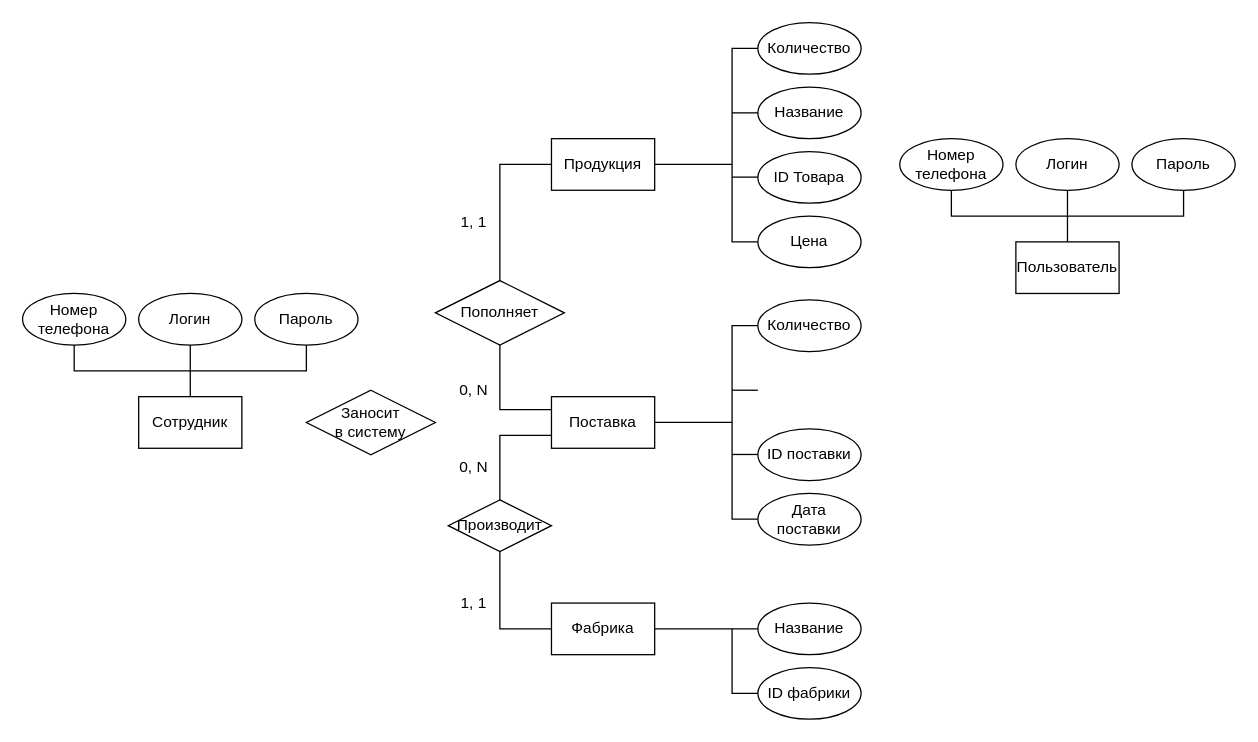
Earlier version of the draw.io diagram КМПО V2.0.drawio (marsek4/ssp). Source tidied: cells renumbered, new cells numbered last; positions are measured from the earlier drawing's top-left corner, leaving out a move shared by most shapes. Both pictures are drawn from the tidied source at 129%, with x=0, y=0 at pixel (22, 22).
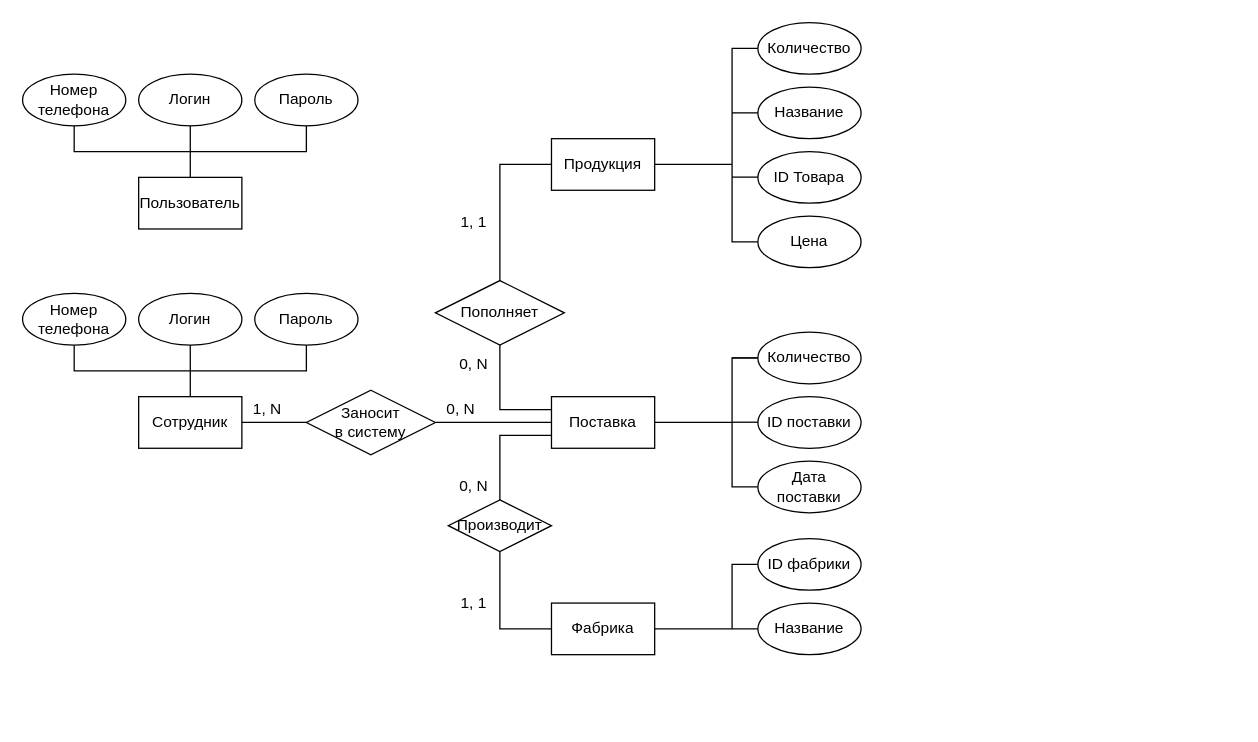
The same diagram, later.

Unchanged cells that the change refers to:
```xml
<mxCell id="4" value="Поставка" style="rounded=0;whiteSpace=wrap;html=1;" parent="1" vertex="1">
  <mxGeometry x="410" y="290" width="80" height="40" as="geometry" />
</mxCell>
<mxCell id="40" value="Сотрудник" style="rounded=0;whiteSpace=wrap;html=1;" parent="1" vertex="1">
  <mxGeometry x="90" y="290" width="80" height="40" as="geometry" />
</mxCell>
<mxCell id="46" value="Заносит&lt;br&gt;в систему" style="rhombus;whiteSpace=wrap;html=1;" parent="1" vertex="1">
  <mxGeometry x="220" y="285" width="100" height="50" as="geometry" />
</mxCell>
```

The edit, as a diff of the source:
```diff
@@
     <mxCell id="10" value="ID поставки" style="ellipse;whiteSpace=wrap;html=1;" parent="1" vertex="1">
-      <mxGeometry x="570" y="315" width="80" height="40" as="geometry" />
+      <mxGeometry x="570" y="290" width="80" height="40" as="geometry" />
     </mxCell>
     <mxCell id="11" value="Дата поставки" style="ellipse;whiteSpace=wrap;html=1;" parent="1" vertex="1">
-      <mxGeometry x="570" y="365" width="80" height="40" as="geometry" />
+      <mxGeometry x="570" y="340" width="80" height="40" as="geometry" />
     </mxCell>
     <mxCell id="12" value="Количество" style="ellipse;whiteSpace=wrap;html=1;" parent="1" vertex="1">
-      <mxGeometry x="570" y="215" width="80" height="40" as="geometry" />
+      <mxGeometry x="570" y="240" width="80" height="40" as="geometry" />
     </mxCell>
@@
     <mxCell id="15" style="endArrow=none;html=1;rounded=0;exitX=0;exitY=0.5;exitDx=0;exitDy=0;entryX=0;entryY=0.5;entryDx=0;entryDy=0;" parent="1" edge="1" source="11" target="12">
       <mxGeometry relative="1" as="geometry">
         <Array as="points">
-          <mxPoint x="550" y="385" />
-          <mxPoint x="550" y="235" />
+          <mxPoint x="550" y="360" />
+          <mxPoint x="550" y="260" />
         </Array>
       </mxGeometry>
     </mxCell>
     <mxCell id="16" style="endArrow=none;html=1;rounded=0;exitX=0;exitY=0.5;exitDx=0;exitDy=0;" parent="1" edge="1">
       <mxGeometry relative="1" as="geometry">
-        <mxPoint x="570" y="285" as="sourcePoint" />
-        <mxPoint x="550" y="285" as="targetPoint" />
+        <mxPoint x="570" y="260" as="sourcePoint" />
+        <mxPoint x="550" y="260" as="targetPoint" />
       </mxGeometry>
     </mxCell>
     <mxCell id="17" style="endArrow=none;html=1;rounded=0;exitX=0;exitY=0.5;exitDx=0;exitDy=0;" parent="1" edge="1">
       <mxGeometry relative="1" as="geometry">
-        <mxPoint x="570" y="334.8" as="sourcePoint" />
-        <mxPoint x="550" y="334.8" as="targetPoint" />
+        <mxPoint x="570" y="309.8" as="sourcePoint" />
+        <mxPoint x="550" y="309.8" as="targetPoint" />
       </mxGeometry>
     </mxCell>
@@
     <mxCell id="20" value="ID фабрики" style="ellipse;whiteSpace=wrap;html=1;" parent="1" vertex="1">
-      <mxGeometry x="570" y="500" width="80" height="40" as="geometry" />
+      <mxGeometry x="570" y="400" width="80" height="40" as="geometry" />
     </mxCell>
     <mxCell id="21" style="endArrow=none;html=1;rounded=0;exitX=0;exitY=0.5;exitDx=0;exitDy=0;" parent="1" edge="1" source="20">
       <mxGeometry relative="1" as="geometry">
         <mxPoint x="550" y="470" as="targetPoint" />
         <Array as="points">
-          <mxPoint x="550" y="520" />
+          <mxPoint x="550" y="420" />
         </Array>
       </mxGeometry>
     </mxCell>
@@
     <mxCell id="31" value="0, N" style="text;html=1;strokeColor=none;fillColor=none;align=center;verticalAlign=middle;whiteSpace=wrap;rounded=0;" parent="1" vertex="1">
-      <mxGeometry x="320" y="330" width="60" height="30" as="geometry" />
+      <mxGeometry x="320" y="345" width="60" height="30" as="geometry" />
     </mxCell>
     <mxCell id="32" value="0, N" style="text;html=1;strokeColor=none;fillColor=none;align=center;verticalAlign=middle;whiteSpace=wrap;rounded=0;" parent="1" vertex="1">
-      <mxGeometry x="320" y="270" width="60" height="30" as="geometry" />
+      <mxGeometry x="320" y="250" width="60" height="30" as="geometry" />
     </mxCell>
@@
     <mxCell id="34" value="Пользователь" style="rounded=0;whiteSpace=wrap;html=1;" parent="1" vertex="1">
-      <mxGeometry x="770" y="170" width="80" height="40" as="geometry" />
+      <mxGeometry x="90" y="120" width="80" height="40" as="geometry" />
     </mxCell>
     <mxCell id="35" value="Номер&lt;br&gt;телефона" style="ellipse;whiteSpace=wrap;html=1;" parent="1" vertex="1">
-      <mxGeometry x="680" y="90" width="80" height="40" as="geometry" />
+      <mxGeometry y="40" width="80" height="40" as="geometry" />
     </mxCell>
     <mxCell id="36" value="Логин" style="ellipse;whiteSpace=wrap;html=1;" parent="1" vertex="1">
-      <mxGeometry x="770" y="90" width="80" height="40" as="geometry" />
+      <mxGeometry x="90" y="40" width="80" height="40" as="geometry" />
     </mxCell>
     <mxCell id="37" value="Пароль" style="ellipse;whiteSpace=wrap;html=1;" parent="1" vertex="1">
-      <mxGeometry x="860" y="90" width="80" height="40" as="geometry" />
+      <mxGeometry x="180" y="40" width="80" height="40" as="geometry" />
     </mxCell>
     <mxCell id="38" style="endArrow=none;html=1;rounded=0;entryX=0.5;entryY=1;entryDx=0;entryDy=0;exitX=0.5;exitY=1;exitDx=0;exitDy=0;" parent="1" edge="1" source="37" target="35">
       <mxGeometry relative="1" as="geometry">
         <Array as="points">
-          <mxPoint x="900" y="150" />
-          <mxPoint x="720" y="150" />
+          <mxPoint x="220" y="100" />
+          <mxPoint x="40" y="100" />
         </Array>
       </mxGeometry>
     </mxCell>
@@
+    <mxCell id="47" style="endArrow=none;html=1;rounded=0;exitX=1;exitY=0.5;exitDx=0;exitDy=0;entryX=0;entryY=0.5;entryDx=0;entryDy=0;" parent="1" edge="1" source="40" target="46">
+      <mxGeometry relative="1" as="geometry" />
+    </mxCell>
+    <mxCell id="48" style="endArrow=none;html=1;rounded=0;exitX=1;exitY=0.5;exitDx=0;exitDy=0;entryX=0;entryY=0.5;entryDx=0;entryDy=0;" parent="1" edge="1" source="46" target="4">
+      <mxGeometry relative="1" as="geometry" />
+    </mxCell>
+    <mxCell id="49" value="1, N" style="text;html=1;strokeColor=none;fillColor=none;align=center;verticalAlign=middle;whiteSpace=wrap;rounded=0;" parent="1" vertex="1">
+      <mxGeometry x="160" y="285" width="60" height="30" as="geometry" />
+    </mxCell>
+    <mxCell id="50" value="0, N" style="text;html=1;strokeColor=none;fillColor=none;align=center;verticalAlign=middle;whiteSpace=wrap;rounded=0;" parent="1" vertex="1">
+      <mxGeometry x="310" y="285" width="60" height="30" as="geometry" />
+    </mxCell>
```
